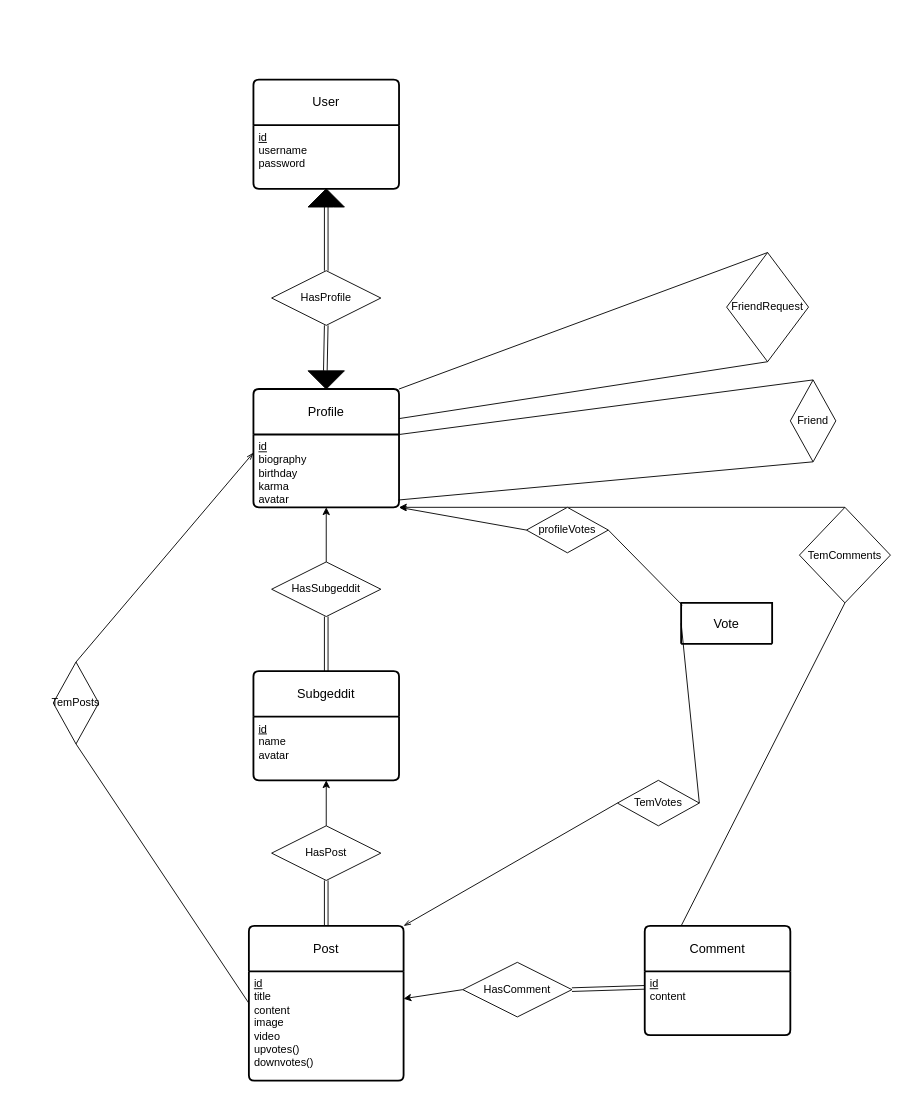
This is docs/DiagramaEntidadeAssociacao.drawio from edagener0/UAlgeddit, a draw.io file, before an edit. Source tidied: cells renumbered, new cells numbered last; positions are measured from the earlier drawing's top-left corner, leaving out a move shared by most shapes. Both pictures are drawn from the tidied source at 91%, with x=0, y=0 at pixel (53, 79).
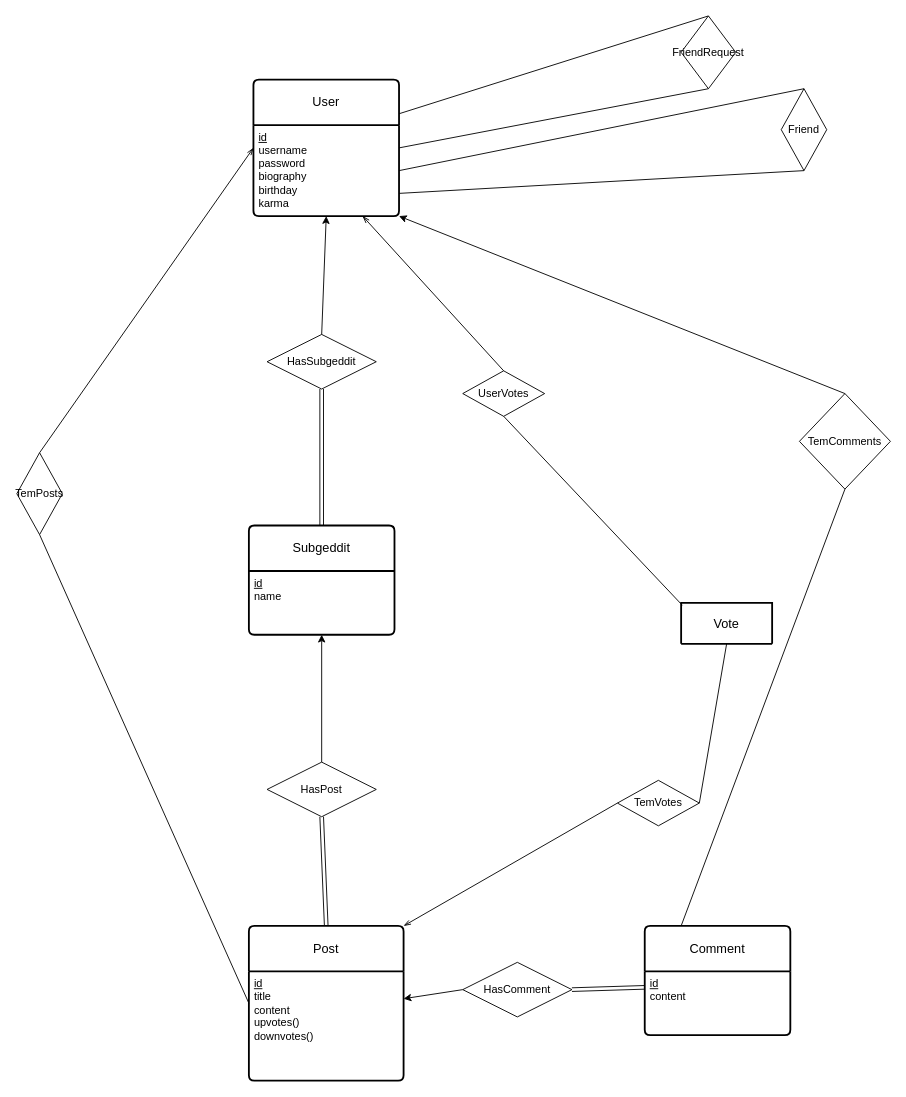
The same page after the edit.

Unchanged cells that the change refers to:
```xml
<mxCell id="8" value="Post" style="swimlane;horizontal=1;startSize=50;rounded=1;fontSize=14;fontStyle=0;strokeWidth=2;shadow=0;dashed=0;align=center;arcSize=4;whiteSpace=wrap;html=1;" parent="1" vertex="1">
  <mxGeometry x="215" y="930" width="170" height="170" as="geometry" />
</mxCell>
<mxCell id="38" value="Vote" style="swimlane;horizontal=1;startSize=50;rounded=1;fontSize=14;fontStyle=0;strokeWidth=2;shadow=0;dashed=0;align=center;arcSize=4;whiteSpace=wrap;html=1;" parent="1" vertex="1">
  <mxGeometry x="690" y="575" width="100" height="45" as="geometry" />
</mxCell>
<mxCell id="39" value="TemVotes" style="shape=rhombus;perimeter=rhombusPerimeter;whiteSpace=wrap;html=1;align=center;direction=west;" parent="1" vertex="1">
  <mxGeometry x="620" y="770" width="90" height="50" as="geometry" />
</mxCell>
```

The edit, as a diff of the source:
```diff
@@
     <mxCell id="2" value="User" style="swimlane;horizontal=1;startSize=50;rounded=1;fontSize=14;fontStyle=0;strokeWidth=2;shadow=0;dashed=0;align=center;arcSize=4;whiteSpace=wrap;html=1;" parent="1" vertex="1">
-      <mxGeometry x="220" width="160" height="120" as="geometry" />
+      <mxGeometry x="220" width="160" height="150" as="geometry" />
     </mxCell>
-    <mxCell id="3" value="&lt;u&gt;id&lt;/u&gt;&lt;div&gt;username&lt;/div&gt;&lt;div&gt;password&lt;/div&gt;" style="align=left;strokeColor=none;fillColor=none;spacingLeft=4;spacingRight=4;fontSize=12;verticalAlign=top;html=1;whiteSpace=wrap;" parent="2" vertex="1">
-      <mxGeometry y="50" width="160" height="70" as="geometry" />
+    <mxCell id="3" value="&lt;u&gt;id&lt;/u&gt;&lt;div&gt;username&lt;/div&gt;&lt;div&gt;password&lt;/div&gt;&lt;div&gt;biography&lt;/div&gt;&lt;div&gt;birthday&lt;/div&gt;&lt;div&gt;karma&lt;/div&gt;" style="align=left;strokeColor=none;fillColor=none;spacingLeft=4;spacingRight=4;fontSize=12;verticalAlign=top;html=1;whiteSpace=wrap;" parent="2" vertex="1">
+      <mxGeometry y="50" width="160" height="100" as="geometry" />
     </mxCell>
-    <mxCell id="4" value="Profile" style="swimlane;horizontal=1;startSize=50;rounded=1;fontSize=14;fontStyle=0;strokeWidth=2;shadow=0;dashed=0;align=center;arcSize=4;whiteSpace=wrap;html=1;" parent="1" vertex="1">
-      <mxGeometry x="220" y="340" width="160" height="130" as="geometry" />
-    </mxCell>
-    <mxCell id="5" value="&lt;u&gt;id&lt;/u&gt;&lt;div&gt;biography&lt;/div&gt;&lt;div&gt;birthday&lt;/div&gt;&lt;div&gt;karma&lt;/div&gt;&lt;div&gt;avatar&lt;/div&gt;" style="align=left;strokeColor=none;fillColor=none;spacingLeft=4;spacingRight=4;fontSize=12;verticalAlign=top;html=1;whiteSpace=wrap;" parent="4" vertex="1">
-      <mxGeometry y="50" width="160" height="80" as="geometry" />
-    </mxCell>
     <mxCell id="6" value="Subgeddit" style="swimlane;horizontal=1;startSize=50;rounded=1;fontSize=14;fontStyle=0;strokeWidth=2;shadow=0;dashed=0;align=center;arcSize=4;whiteSpace=wrap;html=1;" parent="1" vertex="1">
-      <mxGeometry x="220" y="650" width="160" height="120" as="geometry" />
+      <mxGeometry x="215" y="490" width="160" height="120" as="geometry" />
     </mxCell>
-    <mxCell id="7" value="&lt;u&gt;id&lt;/u&gt;&lt;div&gt;name&lt;/div&gt;&lt;div&gt;avatar&lt;/div&gt;" style="align=left;strokeColor=none;fillColor=none;spacingLeft=4;spacingRight=4;fontSize=12;verticalAlign=top;html=1;whiteSpace=wrap;" parent="6" vertex="1">
+    <mxCell id="7" value="&lt;u&gt;id&lt;/u&gt;&lt;div&gt;name&lt;/div&gt;" style="align=left;strokeColor=none;fillColor=none;spacingLeft=4;spacingRight=4;fontSize=12;verticalAlign=top;html=1;whiteSpace=wrap;" parent="6" vertex="1">
       <mxGeometry y="50" width="160" height="70" as="geometry" />
     </mxCell>
@@
-    <mxCell id="9" value="&lt;u&gt;id&lt;/u&gt;&lt;div&gt;title&lt;/div&gt;&lt;div&gt;content&lt;/div&gt;&lt;div&gt;image&lt;/div&gt;&lt;div&gt;video&lt;/div&gt;&lt;div&gt;upvotes()&lt;/div&gt;&lt;div&gt;downvotes()&lt;/div&gt;" style="align=left;strokeColor=none;fillColor=none;spacingLeft=4;spacingRight=4;fontSize=12;verticalAlign=top;html=1;whiteSpace=wrap;" parent="8" vertex="1">
+    <mxCell id="9" value="&lt;u&gt;id&lt;/u&gt;&lt;div&gt;title&lt;/div&gt;&lt;div&gt;content&lt;/div&gt;&lt;div&gt;upvotes()&lt;/div&gt;&lt;div&gt;downvotes()&lt;/div&gt;" style="align=left;strokeColor=none;fillColor=none;spacingLeft=4;spacingRight=4;fontSize=12;verticalAlign=top;html=1;whiteSpace=wrap;" parent="8" vertex="1">
       <mxGeometry y="50" width="170" height="120" as="geometry" />
     </mxCell>
@@
-    <mxCell id="12" value="HasProfile" style="shape=rhombus;perimeter=rhombusPerimeter;whiteSpace=wrap;html=1;align=center;" parent="1" vertex="1">
-      <mxGeometry x="240" y="210" width="120" height="60" as="geometry" />
-    </mxCell>
-    <mxCell id="13" style="endArrow=none;html=1;rounded=0;exitX=0.5;exitY=0;exitDx=0;exitDy=0;shape=link;entryX=0;entryY=0.5;entryDx=0;entryDy=0;entryPerimeter=0;" parent="1" edge="1" source="12" target="27">
-      <mxGeometry relative="1" as="geometry" />
-    </mxCell>
-    <mxCell id="14" style="endArrow=none;html=1;rounded=0;exitX=0;exitY=0;exitDx=0;exitDy=21;entryX=0.5;entryY=1;entryDx=0;entryDy=0;shape=link;exitPerimeter=0;" parent="1" edge="1" source="28" target="12">
-      <mxGeometry relative="1" as="geometry" />
-    </mxCell>
     <mxCell id="15" value="HasSubgeddit" style="shape=rhombus;perimeter=rhombusPerimeter;whiteSpace=wrap;html=1;align=center;" parent="1" vertex="1">
-      <mxGeometry x="240" y="530" width="120" height="60" as="geometry" />
+      <mxGeometry x="235" y="280" width="120" height="60" as="geometry" />
     </mxCell>
-    <mxCell id="16" style="endArrow=none;html=1;rounded=0;entryX=0.5;entryY=0;entryDx=0;entryDy=0;startArrow=classic;startFill=1;exitX=0.5;exitY=1;exitDx=0;exitDy=0;" parent="1" edge="1" source="5" target="15">
+    <mxCell id="16" style="endArrow=none;html=1;rounded=0;entryX=0.5;entryY=0;entryDx=0;entryDy=0;startArrow=classic;startFill=1;exitX=0.5;exitY=1;exitDx=0;exitDy=0;" parent="1" edge="1" source="3" target="15">
       <mxGeometry relative="1" as="geometry" />
     </mxCell>
@@
     <mxCell id="18" value="HasPost" style="shape=rhombus;perimeter=rhombusPerimeter;whiteSpace=wrap;html=1;align=center;" parent="1" vertex="1">
-      <mxGeometry x="240" y="820" width="120" height="60" as="geometry" />
+      <mxGeometry x="235" y="750" width="120" height="60" as="geometry" />
     </mxCell>
@@
     <mxCell id="24" value="Friend" style="shape=rhombus;perimeter=rhombusPerimeter;whiteSpace=wrap;html=1;align=center;direction=south;" parent="1" vertex="1">
-      <mxGeometry x="810" y="330" width="50" height="90" as="geometry" />
+      <mxGeometry x="800" y="10" width="50" height="90" as="geometry" />
     </mxCell>
-    <mxCell id="25" style="endArrow=none;html=1;rounded=0;exitX=1;exitY=0;exitDx=0;exitDy=0;entryX=0;entryY=0.5;entryDx=0;entryDy=0;" parent="1" edge="1" source="5" target="24">
+    <mxCell id="25" style="endArrow=none;html=1;rounded=0;exitX=1;exitY=0.5;exitDx=0;exitDy=0;entryX=0;entryY=0.5;entryDx=0;entryDy=0;" parent="1" edge="1" source="3" target="24">
       <mxGeometry relative="1" as="geometry" />
     </mxCell>
-    <mxCell id="26" style="endArrow=none;html=1;rounded=0;exitX=0.994;exitY=0.9;exitDx=0;exitDy=0;exitPerimeter=0;entryX=1;entryY=0.5;entryDx=0;entryDy=0;" parent="1" edge="1" source="5" target="24">
+    <mxCell id="26" style="endArrow=none;html=1;rounded=0;exitX=1;exitY=0.75;exitDx=0;exitDy=0;entryX=1;entryY=0.5;entryDx=0;entryDy=0;" parent="1" edge="1" source="3" target="24">
       <mxGeometry relative="1" as="geometry" />
     </mxCell>
-    <mxCell id="27" style="html=1;shadow=0;dashed=0;align=center;verticalAlign=middle;shape=mxgraph.arrows2.arrow;dy=0.6;dx=40;notch=0;fillColor=#000000;direction=north;" parent="1" vertex="1">
-      <mxGeometry x="280" y="120" width="40" height="20" as="geometry" />
-    </mxCell>
-    <mxCell id="28" style="html=1;shadow=0;dashed=0;align=center;verticalAlign=middle;shape=mxgraph.arrows2.arrow;dy=0.95;dx=20;notch=0;fillColor=#000000;direction=south;" parent="1" vertex="1">
-      <mxGeometry x="280" y="320" width="40" height="20" as="geometry" />
-    </mxCell>
     <mxCell id="29" value="FriendRequest" style="shape=rhombus;perimeter=rhombusPerimeter;whiteSpace=wrap;html=1;align=center;direction=south;" parent="1" vertex="1">
-      <mxGeometry x="740" y="190" width="90" height="120" as="geometry" />
+      <mxGeometry x="690" y="-70" width="60" height="80" as="geometry" />
     </mxCell>
-    <mxCell id="30" style="endArrow=none;html=1;rounded=0;exitX=1;exitY=0;exitDx=0;exitDy=0;entryX=0;entryY=0.5;entryDx=0;entryDy=0;" parent="1" edge="1" source="4" target="29">
+    <mxCell id="30" style="endArrow=none;html=1;rounded=0;exitX=1;exitY=0.25;exitDx=0;exitDy=0;entryX=0;entryY=0.5;entryDx=0;entryDy=0;" parent="1" edge="1" source="2" target="29">
       <mxGeometry relative="1" as="geometry" />
     </mxCell>
-    <mxCell id="31" style="endArrow=none;html=1;rounded=0;exitX=1;exitY=0.25;exitDx=0;exitDy=0;entryX=1;entryY=0.5;entryDx=0;entryDy=0;" parent="1" edge="1" source="4" target="29">
+    <mxCell id="31" style="endArrow=none;html=1;rounded=0;exitX=1;exitY=0.5;exitDx=0;exitDy=0;entryX=1;entryY=0.5;entryDx=0;entryDy=0;" parent="1" edge="1" source="2" target="29">
       <mxGeometry relative="1" as="geometry" />
     </mxCell>
     <mxCell id="32" value="TemPosts" style="shape=rhombus;perimeter=rhombusPerimeter;whiteSpace=wrap;html=1;align=center;direction=south;" parent="1" vertex="1">
-      <mxGeometry y="640" width="50" height="90" as="geometry" />
+      <mxGeometry x="-40" y="410" width="50" height="90" as="geometry" />
     </mxCell>
-    <mxCell id="33" style="endArrow=none;html=1;rounded=0;exitX=0;exitY=0.25;exitDx=0;exitDy=0;entryX=0;entryY=0.5;entryDx=0;entryDy=0;startArrow=openThin;startFill=0;" parent="1" edge="1" source="5" target="32">
+    <mxCell id="33" style="endArrow=none;html=1;rounded=0;exitX=0;exitY=0.5;exitDx=0;exitDy=0;entryX=0;entryY=0.5;entryDx=0;entryDy=0;startArrow=openThin;startFill=0;" parent="1" edge="1" source="2" target="32">
       <mxGeometry relative="1" as="geometry" />
     </mxCell>
@@
     <mxCell id="35" value="TemComments" style="shape=rhombus;perimeter=rhombusPerimeter;whiteSpace=wrap;html=1;align=center;direction=south;" parent="1" vertex="1">
-      <mxGeometry x="820" y="470" width="100" height="105" as="geometry" />
+      <mxGeometry x="820" y="345" width="100" height="105" as="geometry" />
     </mxCell>
-    <mxCell id="36" style="endArrow=classic;html=1;rounded=0;exitX=0;exitY=0.5;exitDx=0;exitDy=0;entryX=1;entryY=1;entryDx=0;entryDy=0;startArrow=none;startFill=0;endFill=1;" parent="1" edge="1" source="35" target="5">
+    <mxCell id="36" style="endArrow=classic;html=1;rounded=0;exitX=0;exitY=0.5;exitDx=0;exitDy=0;entryX=1;entryY=1;entryDx=0;entryDy=0;startArrow=none;startFill=0;endFill=1;" parent="1" edge="1" source="35" target="3">
       <mxGeometry relative="1" as="geometry" />
     </mxCell>
@@
-    <mxCell id="41" style="endArrow=none;html=1;rounded=0;exitX=0;exitY=0.5;exitDx=0;exitDy=0;entryX=0;entryY=0.5;entryDx=0;entryDy=0;startArrow=none;startFill=0;" parent="1" edge="1" source="38" target="39">
+    <mxCell id="41" style="endArrow=none;html=1;rounded=0;exitX=0.5;exitY=1;exitDx=0;exitDy=0;entryX=0;entryY=0.5;entryDx=0;entryDy=0;startArrow=none;startFill=0;" parent="1" edge="1" source="38" target="39">
       <mxGeometry relative="1" as="geometry" />
     </mxCell>
-    <mxCell id="42" value="profileVotes" style="shape=rhombus;perimeter=rhombusPerimeter;whiteSpace=wrap;html=1;align=center;direction=west;" parent="1" vertex="1">
-      <mxGeometry x="520" y="470" width="90" height="50" as="geometry" />
+    <mxCell id="42" value="UserVotes" style="shape=rhombus;perimeter=rhombusPerimeter;whiteSpace=wrap;html=1;align=center;direction=west;" parent="1" vertex="1">
+      <mxGeometry x="450" y="320" width="90" height="50" as="geometry" />
     </mxCell>
-    <mxCell id="43" style="endArrow=none;html=1;rounded=0;exitX=0.013;exitY=0.058;exitDx=0;exitDy=0;entryX=0;entryY=0.5;entryDx=0;entryDy=0;startArrow=none;startFill=0;exitPerimeter=0;" parent="1" edge="1" source="38" target="42">
+    <mxCell id="43" style="endArrow=none;html=1;rounded=0;exitX=0.013;exitY=0.058;exitDx=0;exitDy=0;entryX=0.5;entryY=0;entryDx=0;entryDy=0;startArrow=none;startFill=0;exitPerimeter=0;" parent="1" edge="1" source="38" target="42">
       <mxGeometry relative="1" as="geometry" />
     </mxCell>
-    <mxCell id="44" style="endArrow=none;html=1;rounded=0;exitX=1;exitY=1;exitDx=0;exitDy=0;entryX=1;entryY=0.5;entryDx=0;entryDy=0;startArrow=openThin;startFill=0;" parent="1" edge="1" source="5" target="42">
+    <mxCell id="44" style="endArrow=none;html=1;rounded=0;exitX=0.75;exitY=1;exitDx=0;exitDy=0;entryX=0.5;entryY=1;entryDx=0;entryDy=0;startArrow=openThin;startFill=0;" parent="1" edge="1" source="3" target="42">
       <mxGeometry relative="1" as="geometry" />
     </mxCell>
```
